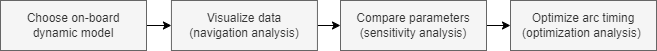
The draw.io diagram report/figures/MethodologySequence.png in ThomasBosboom/ThesisSpace, before a commit. Source tidied: cells renumbered, new cells last; positions are measured from the earlier drawing's top-left corner, leaving out a move shared by most shapes.
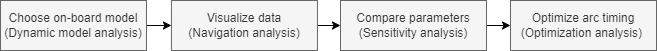
Later version of the same file.

What changed in the source:
```diff
@@ -5,22 +5,22 @@
     <mxCell id="2" style="edgeStyle=orthogonalEdgeStyle;rounded=0;jettySize=auto;html=1;" parent="1" edge="1" source="3" target="5">
       <mxGeometry relative="1" as="geometry" />
     </mxCell>
-    <mxCell id="3" value="Choose on-board&lt;div&gt;dynamic model&lt;/div&gt;" style="rounded=0;whiteSpace=wrap;html=1;fillColor=#f5f5f5;strokeColor=#666666;fontColor=#333333;" parent="1" vertex="1">
+    <mxCell id="3" value="Choose on-board&amp;nbsp;&lt;span style=&quot;background-color: initial;&quot;&gt;model&lt;/span&gt;&lt;div&gt;&lt;span style=&quot;background-color: initial;&quot;&gt;(Dynamic model analysis)&lt;/span&gt;&lt;/div&gt;" style="rounded=0;whiteSpace=wrap;html=1;fillColor=#f5f5f5;strokeColor=#666666;fontColor=#333333;" parent="1" vertex="1">
       <mxGeometry width="146" height="50" as="geometry" />
     </mxCell>
     <mxCell id="4" style="edgeStyle=orthogonalEdgeStyle;rounded=0;jettySize=auto;html=1;" parent="1" edge="1" source="5" target="7">
       <mxGeometry relative="1" as="geometry" />
     </mxCell>
-    <mxCell id="5" value="Visualize data&lt;div&gt;(navigation analysis)&lt;/div&gt;" style="rounded=0;whiteSpace=wrap;html=1;fillColor=#f5f5f5;strokeColor=#666666;fontColor=#333333;" parent="1" vertex="1">
+    <mxCell id="5" value="Visualize data&lt;div&gt;(Navigation analysis)&lt;/div&gt;" style="rounded=0;whiteSpace=wrap;html=1;fillColor=#f5f5f5;strokeColor=#666666;fontColor=#333333;" parent="1" vertex="1">
       <mxGeometry x="170.9" width="146" height="50" as="geometry" />
     </mxCell>
     <mxCell id="6" style="edgeStyle=orthogonalEdgeStyle;rounded=0;jettySize=auto;html=1;" parent="1" edge="1" source="7" target="8">
       <mxGeometry relative="1" as="geometry" />
     </mxCell>
-    <mxCell id="7" value="&lt;div&gt;Compare parameters&lt;/div&gt;(sensitivity analysis)" style="rounded=0;whiteSpace=wrap;html=1;fillColor=#f5f5f5;strokeColor=#666666;fontColor=#333333;" parent="1" vertex="1">
+    <mxCell id="7" value="&lt;div&gt;Compare parameters&lt;/div&gt;(Sensitivity analysis)" style="rounded=0;whiteSpace=wrap;html=1;fillColor=#f5f5f5;strokeColor=#666666;fontColor=#333333;" parent="1" vertex="1">
       <mxGeometry x="340" width="146" height="50" as="geometry" />
     </mxCell>
-    <mxCell id="8" value="Optimize arc timing&lt;div&gt;&lt;span style=&quot;background-color: initial;&quot;&gt;(optimization analysis)&amp;nbsp;&lt;/span&gt;&lt;/div&gt;" style="rounded=0;whiteSpace=wrap;html=1;fillColor=#f5f5f5;strokeColor=#666666;fontColor=#333333;" parent="1" vertex="1">
+    <mxCell id="8" value="Optimize arc timing&lt;div&gt;&lt;span style=&quot;background-color: initial;&quot;&gt;(Optimization analysis)&amp;nbsp;&lt;/span&gt;&lt;/div&gt;" style="rounded=0;whiteSpace=wrap;html=1;fillColor=#f5f5f5;strokeColor=#666666;fontColor=#333333;" parent="1" vertex="1">
       <mxGeometry x="510" width="146" height="50" as="geometry" />
     </mxCell>
   </root>
```
